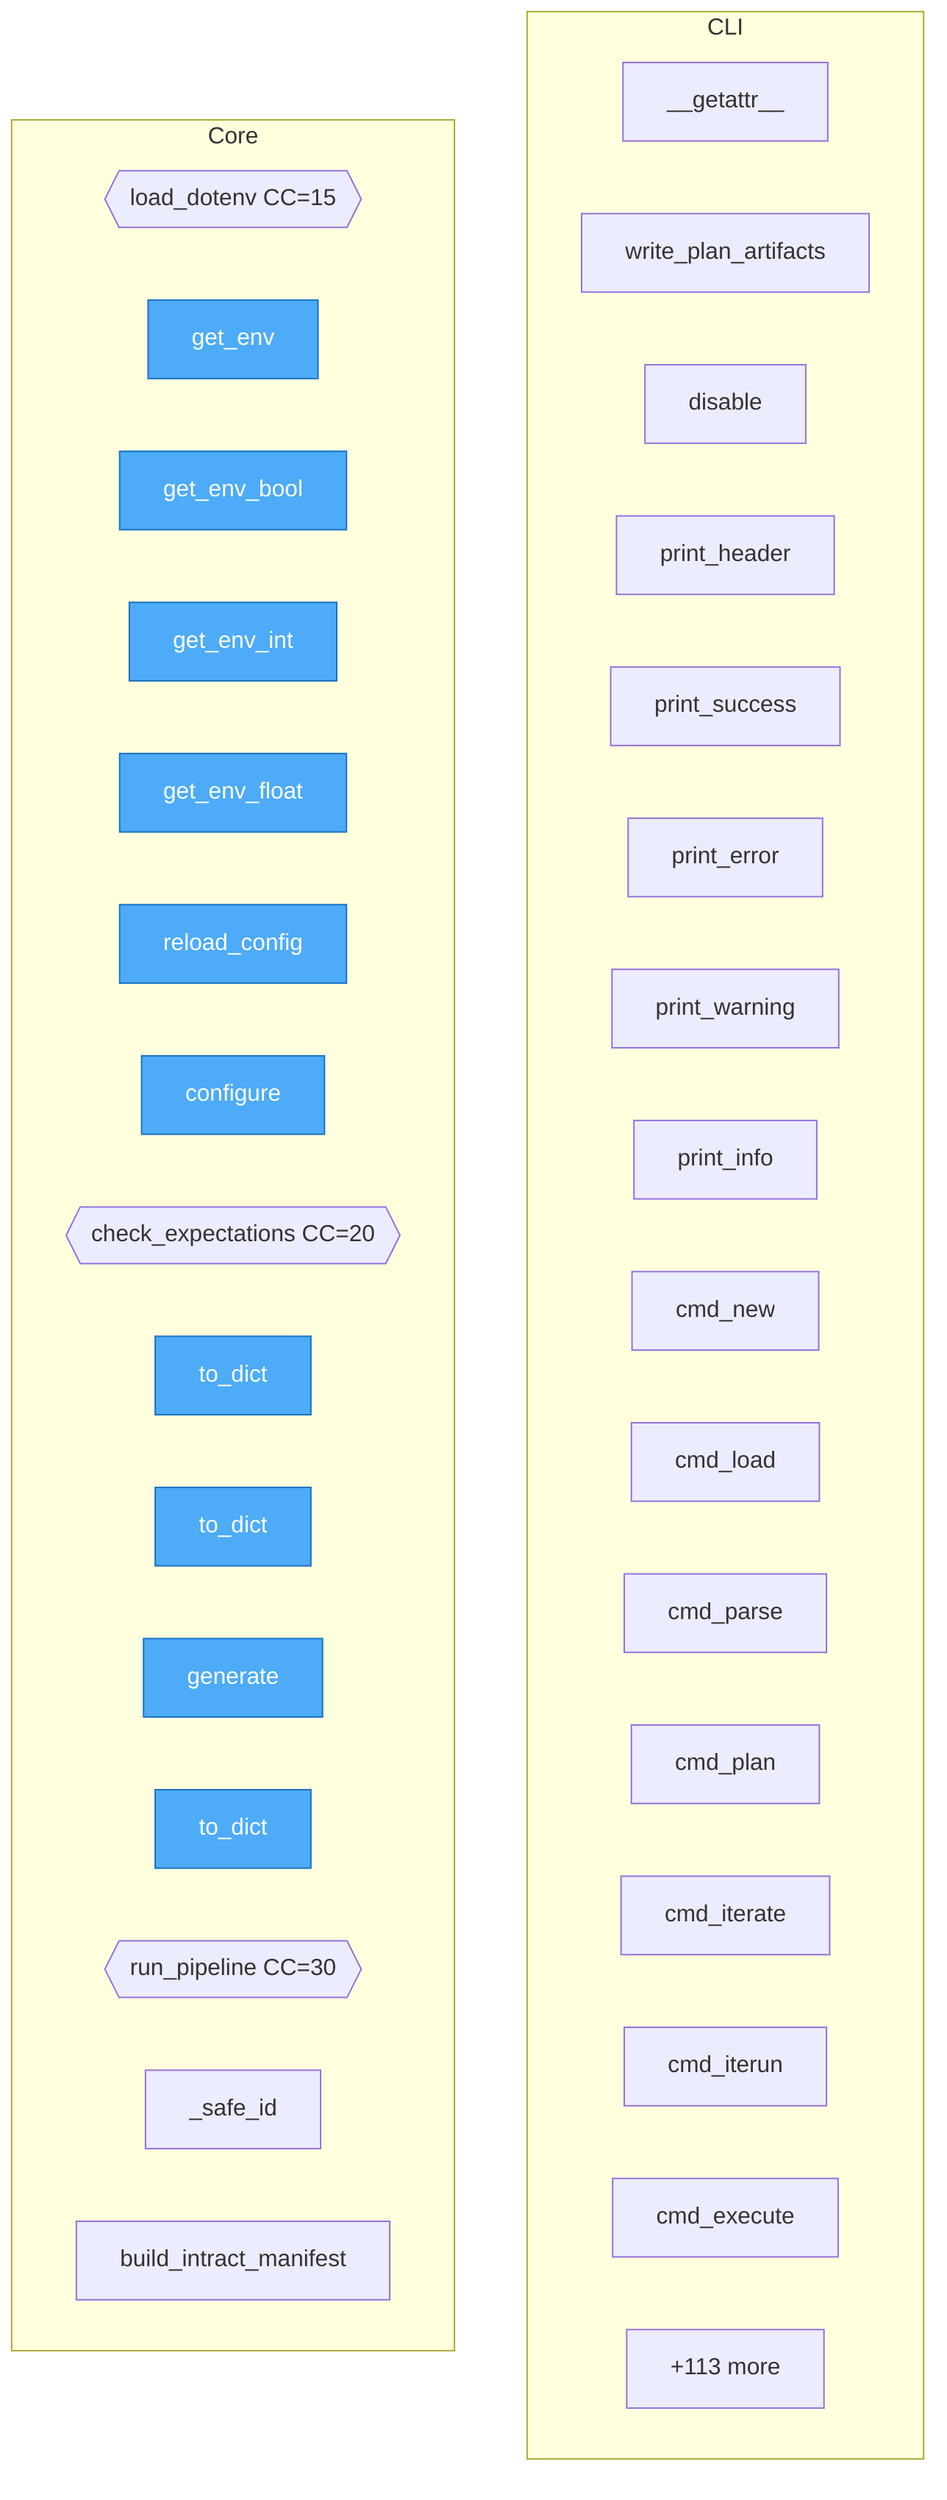
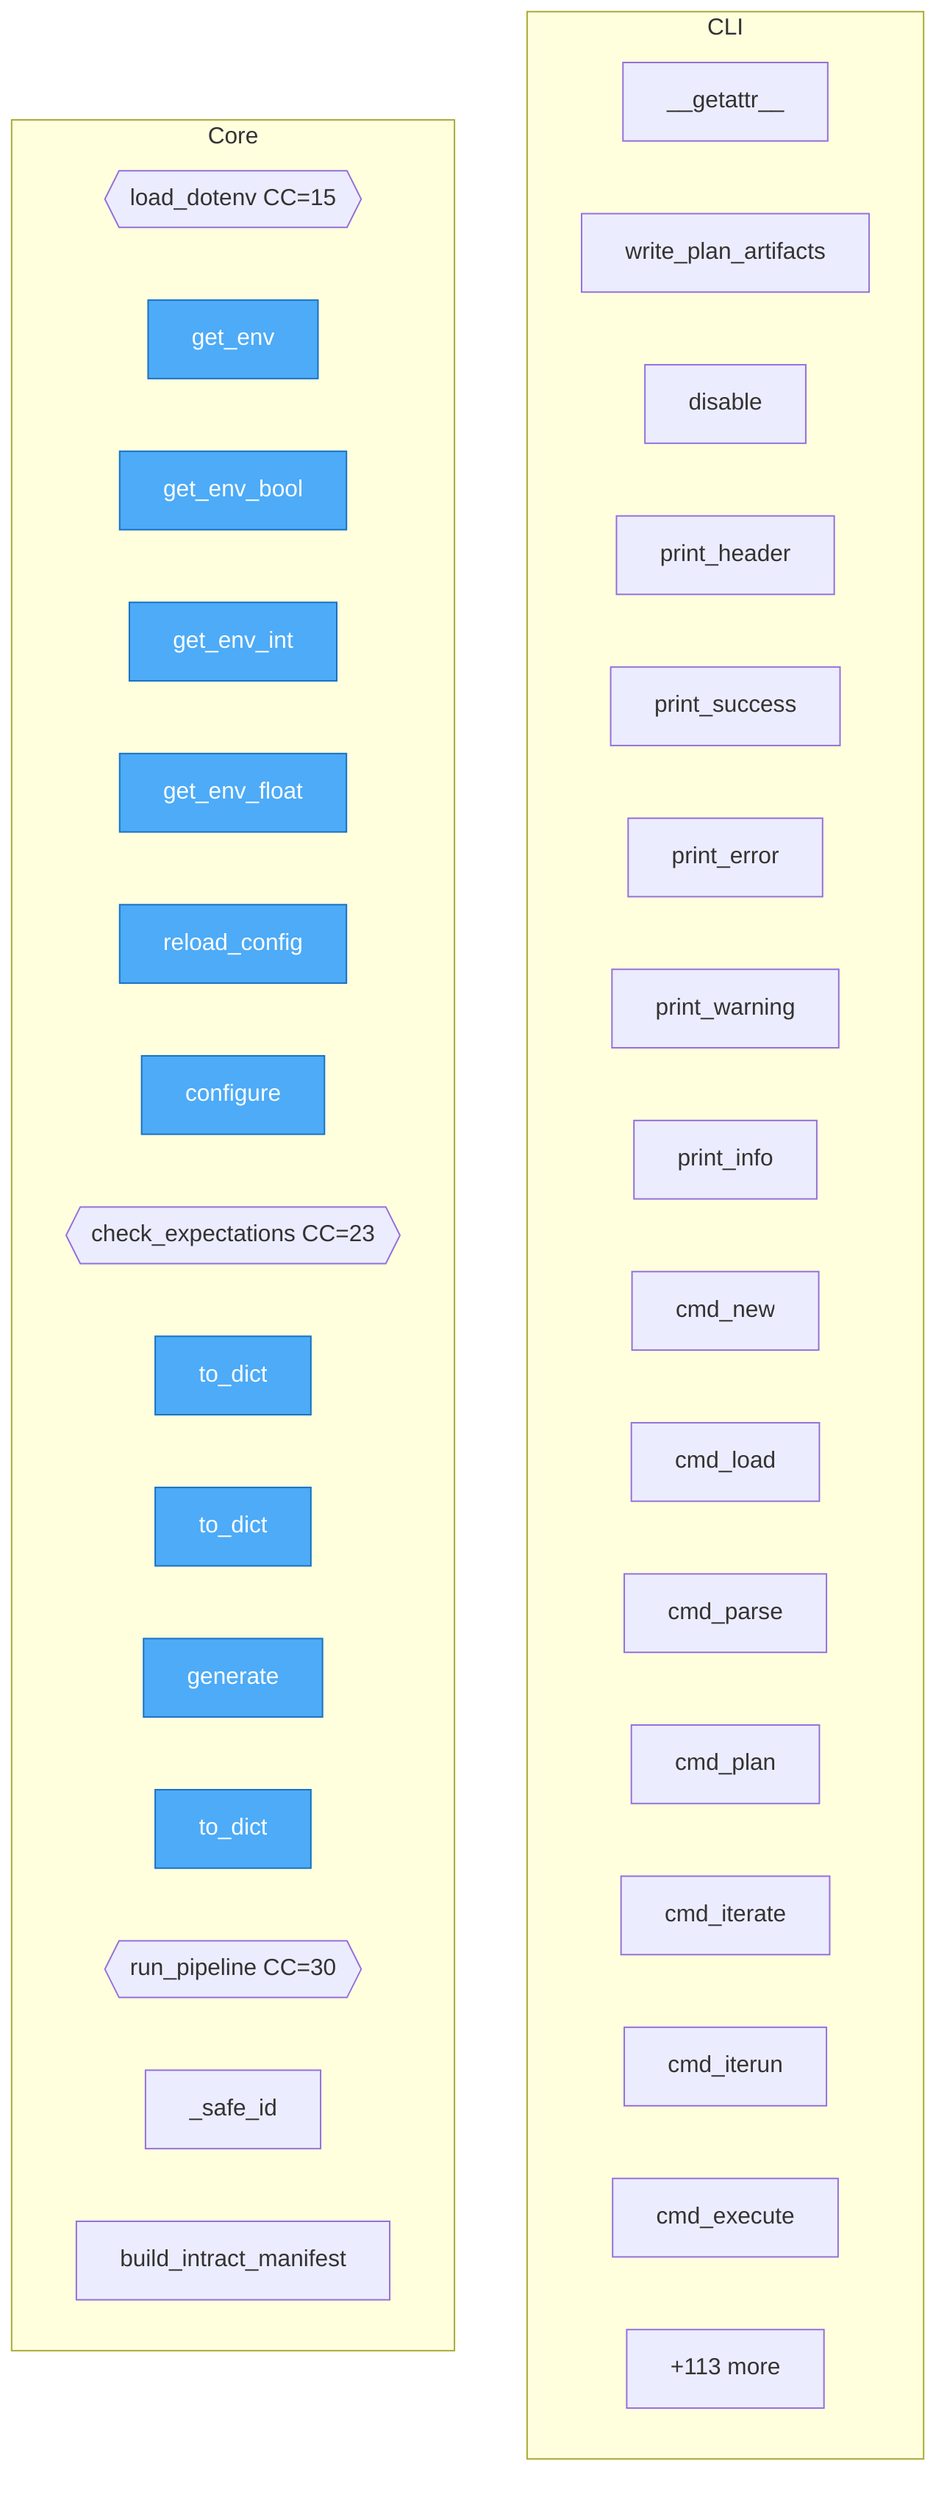
flowchart TD
%% generated in 0.00s

    %% Entry points (blue)
    classDef entry fill:#4dabf7,stroke:#1971c2,color:#fff

    subgraph CLI
        cli____getattr__["__getattr__"]
        cli__main__write_plan_artifacts["write_plan_artifacts"]
        cli__main__Colors__disable["disable"]
        cli__main__CLI__print_header["print_header"]
        cli__main__CLI__print_success["print_success"]
        cli__main__CLI__print_error["print_error"]
        cli__main__CLI__print_warning["print_warning"]
        cli__main__CLI__print_info["print_info"]
        cli__main__CLI__cmd_new["cmd_new"]
        cli__main__CLI__cmd_load["cmd_load"]
        cli__main__CLI__cmd_parse["cmd_parse"]
        cli__main__CLI__cmd_plan["cmd_plan"]
        cli__main__CLI__cmd_iterate["cmd_iterate"]
        cli__main__CLI__cmd_iterun["cmd_iterun"]
        cli__main__CLI__cmd_execute["cmd_execute"]
        ...["+17 more"]
    end

    subgraph Core
        config__load_dotenv{{load_dotenv CC=15}}
        config__get_env["get_env"]
        config__get_env_bool["get_env_bool"]
        config__get_env_int["get_env_int"]
        config__get_env_float["get_env_float"]
        config__reload_config["reload_config"]
        config__configure["configure"]
-         generator__expectations__check_expectations{{check_expectations CC=20}}
+         generator__expectations__check_expectations{{check_expectations CC=23}}
        generator__intent_generator__GenerateAttempt__to_dict["to_dict"]
        generator__intent_generator__GenerateResult__to_dict["to_dict"]
        generator__intent_generator__IntentGenerator__generate["generate"]
        generator__pipeline__PipelineResult__to_dict["to_dict"]
        generator__pipeline__run_pipeline{{run_pipeline CC=30}}
        generator__intract_manifest___safe_id["_safe_id"]
        generator__intract_manifest__build_intract_manifest["build_intract_manifest"]
        ...["+113 more"]
    end

    class config__get_env,config__get_env_bool,config__get_env_int,config__get_env_float,config__reload_config,config__configure,generator__intent_generator__GenerateAttempt__to_dict,generator__intent_generator__GenerateResult__to_dict,generator__intent_generator__IntentGenerator__generate,generator__pipeline__PipelineResult__to_dict entry
